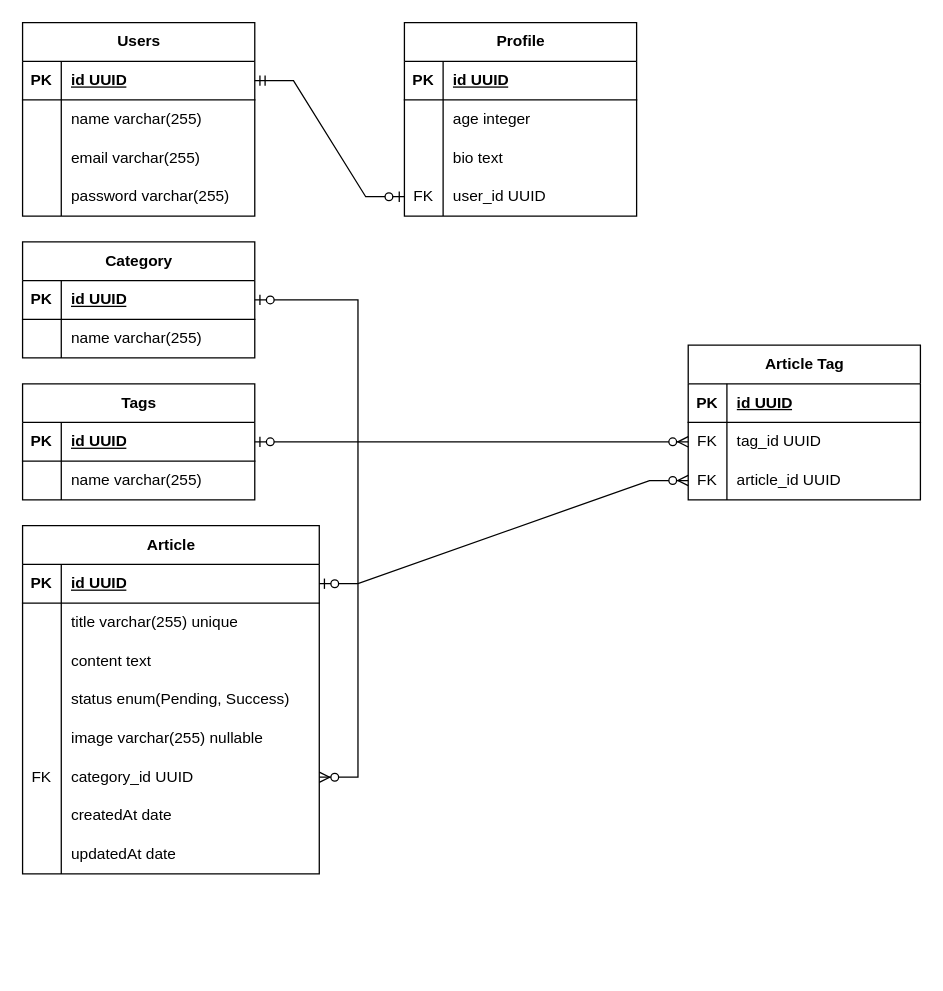
Before: ERD/articleapp Diagram.drawio in niba17/nestjs-API-article-management-app, a draw.io diagram. Source tidied: cells renumbered, new cells numbered last; positions are measured from the earlier drawing's top-left corner, leaving out a move shared by most shapes. Both pictures are drawn from the tidied source at 129%, with x=0, y=0 at pixel (22, 22).
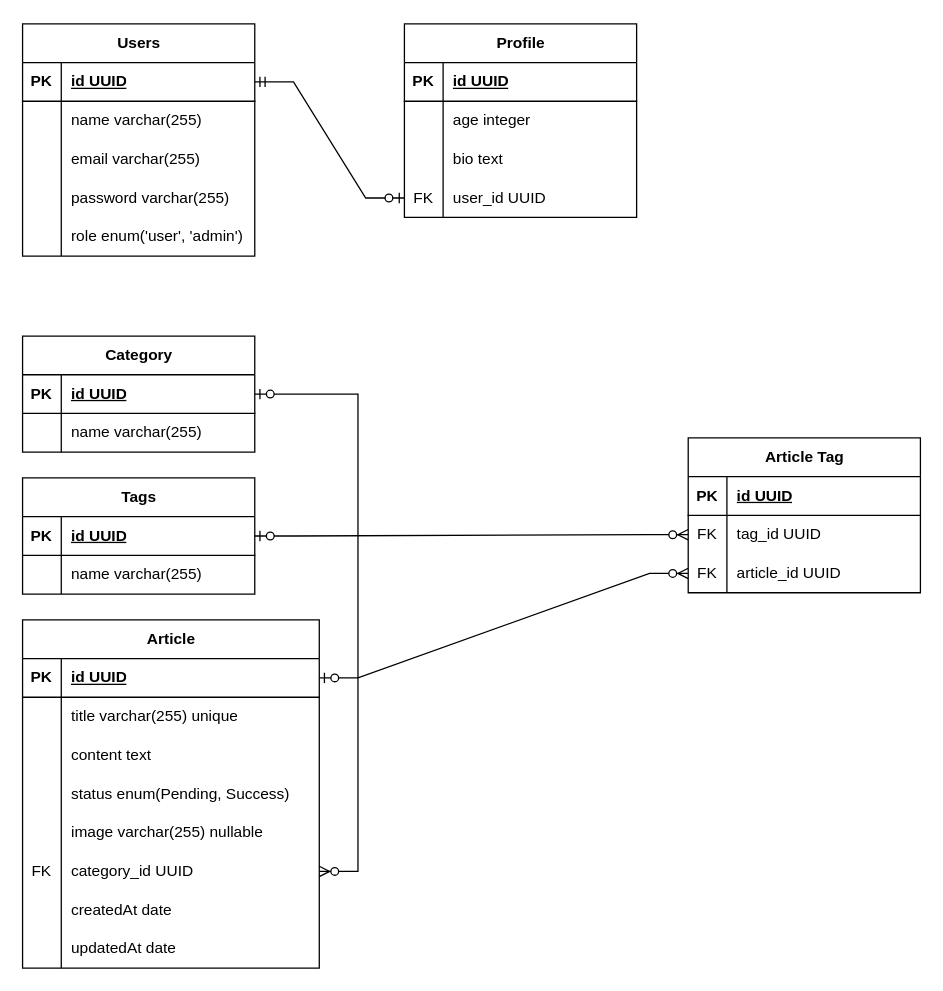
The same diagram, later.

Change to the diagram source:
```diff
@@
     <mxCell id="2" value="Users" style="shape=table;startSize=30;childLayout=tableLayout;rowLines=0;fontStyle=1;align=center;html=1;" parent="1" vertex="1">
-      <mxGeometry width="180" height="150" as="geometry" />
+      <mxGeometry y="1" width="180" height="180" as="geometry" />
     </mxCell>
@@
+    <mxCell id="81" style="shape=tableRow;horizontal=0;startSize=0;swimlaneHead=0;swimlaneBody=0;fillColor=none;top=0;left=0;right=0;bottom=0;" parent="2" vertex="1">
+      <mxGeometry y="150" width="180" height="30" as="geometry" />
+    </mxCell>
+    <mxCell id="82" style="shape=partialRectangle;fillColor=none;top=0;left=0;bottom=0;right=0;overflow=hidden;whiteSpace=wrap;html=1;" parent="81" vertex="1">
+      <mxGeometry width="30" height="30" as="geometry" />
+    </mxCell>
+    <mxCell id="83" value="role enum('user', 'admin')" style="shape=partialRectangle;fillColor=none;top=0;left=0;bottom=0;right=0;align=left;spacingLeft=6;overflow=hidden;whiteSpace=wrap;html=1;" parent="81" vertex="1">
+      <mxGeometry x="30" width="150" height="30" as="geometry" />
+    </mxCell>
     <mxCell id="15" value="Article" style="shape=table;startSize=30;childLayout=tableLayout;rowLines=0;fontStyle=1;align=center;html=1;" parent="1" vertex="1">
-      <mxGeometry y="390" width="230" height="270" as="geometry" />
+      <mxGeometry y="463" width="230" height="270" as="geometry" />
     </mxCell>
@@
     <mxCell id="40" value="Category" style="shape=table;startSize=30;childLayout=tableLayout;rowLines=0;fontStyle=1;align=center;html=1;" parent="1" vertex="1">
-      <mxGeometry y="170" width="180" height="90" as="geometry" />
+      <mxGeometry y="243" width="180" height="90" as="geometry" />
     </mxCell>
@@
     <mxCell id="47" value="Tags" style="shape=table;startSize=30;childLayout=tableLayout;rowLines=0;fontStyle=1;align=center;html=1;" parent="1" vertex="1">
-      <mxGeometry y="280" width="180" height="90" as="geometry" />
+      <mxGeometry y="353" width="180" height="90" as="geometry" />
     </mxCell>
@@
     <mxCell id="54" value="Profile" style="shape=table;startSize=30;childLayout=tableLayout;rowLines=0;fontStyle=1;align=center;html=1;" parent="1" vertex="1">
-      <mxGeometry x="296" width="180" height="150" as="geometry" />
+      <mxGeometry x="296" y="1" width="180" height="150" as="geometry" />
     </mxCell>
@@
     <mxCell id="69" value="Article Tag" style="shape=table;startSize=30;childLayout=tableLayout;rowLines=0;fontStyle=1;align=center;html=1;" parent="1" vertex="1">
-      <mxGeometry x="516" y="250" width="180" height="120" as="geometry" />
+      <mxGeometry x="516" y="322" width="180" height="120" as="geometry" />
     </mxCell>
```
